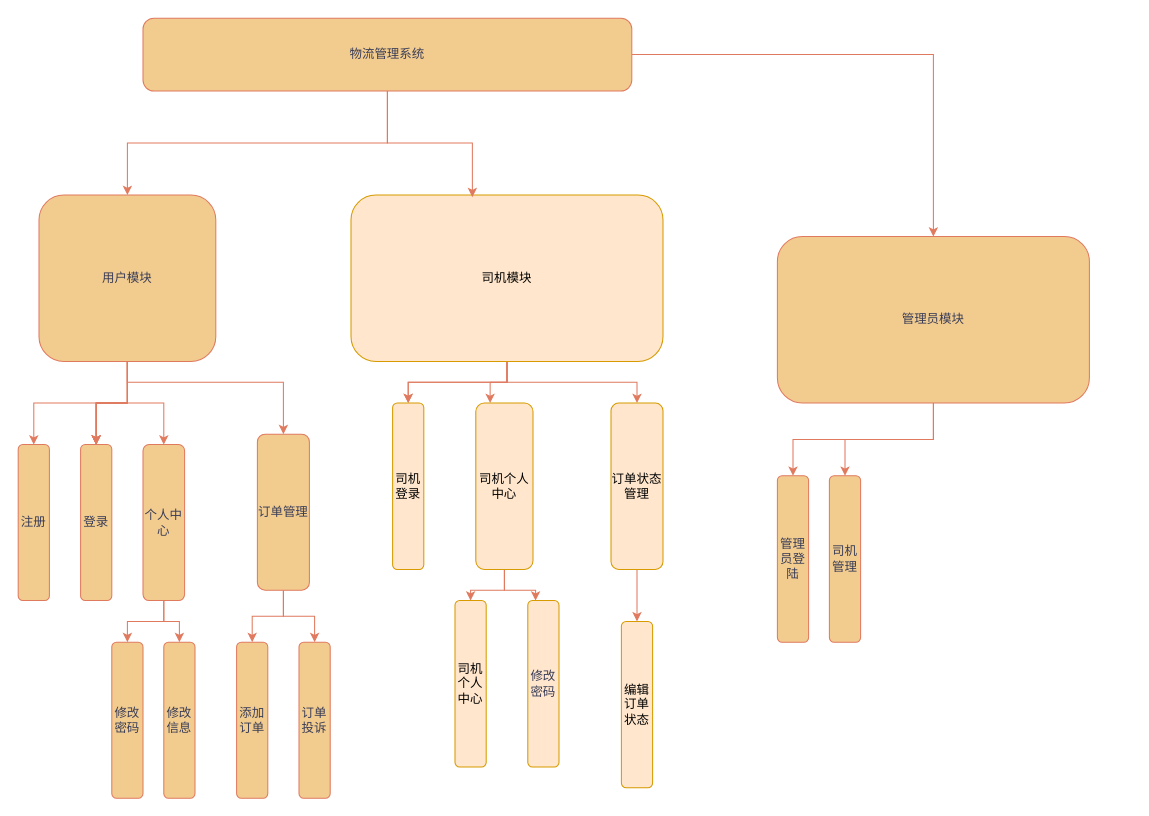
Before: 物流管理系统.drawio in asd3195399130/my-React, a draw.io diagram. Source tidied: cells renumbered, new cells numbered last; positions are measured from the earlier drawing's top-left corner, leaving out a move shared by most shapes. Both pictures are drawn from the tidied source at 104%, with x=0, y=0 at pixel (18, 18).
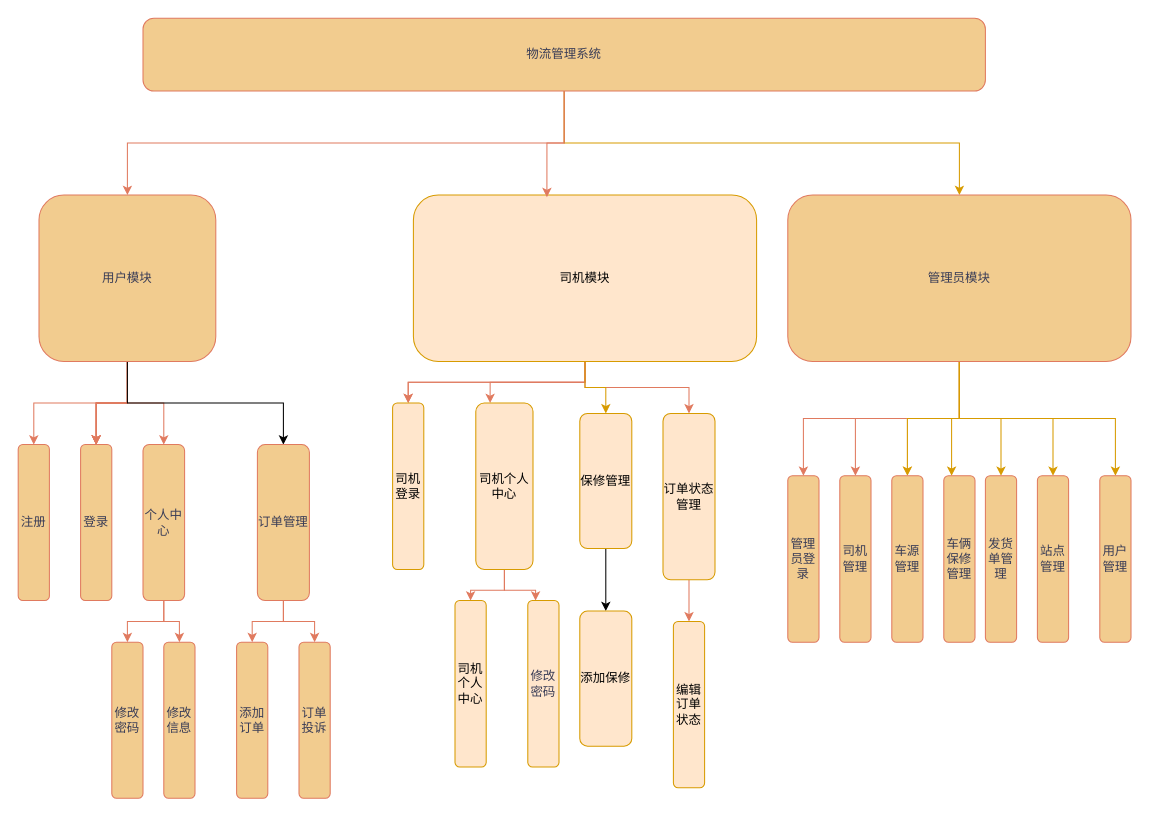
The same page after the edit.

Commit message:
更新物流管理系统.drawio

Unchanged cells that the change refers to:
```xml
<mxCell id="13" value="用户模块" style="rounded=1;whiteSpace=wrap;html=1;labelBackgroundColor=none;fillColor=#F2CC8F;strokeColor=#E07A5F;fontColor=#393C56;" parent="1" vertex="1">
  <mxGeometry x="20" y="170" width="170" height="160" as="geometry" />
</mxCell>
<mxCell id="27" value="个人中心" style="rounded=1;whiteSpace=wrap;html=1;labelBackgroundColor=none;fillColor=#F2CC8F;strokeColor=#E07A5F;fontColor=#393C56;labelPosition=center;verticalLabelPosition=middle;align=center;verticalAlign=middle;fontFamily=宋体;" parent="1" vertex="1">
  <mxGeometry x="120" y="410" width="40" height="150" as="geometry" />
</mxCell>
```

Diff of the diagram source:
```diff
@@
+    <mxCell id="3" style="edgeStyle=orthogonalEdgeStyle;rounded=0;jettySize=auto;html=1;entryX=0.5;entryY=0;entryDx=0;entryDy=0;strokeColor=#E07A5F;fontColor=#393C56;fillColor=#F2CC8F;" parent="1" edge="1" source="4" target="13">
+      <mxGeometry relative="1" as="geometry" />
+    </mxCell>
-    <mxCell id="2" style="edgeStyle=orthogonalEdgeStyle;rounded=0;jettySize=auto;html=1;strokeColor=#E07A5F;fontColor=#393C56;fillColor=#F2CC8F;" parent="1" edge="1" source="4" target="21">
+    <mxCell id="2" style="edgeStyle=orthogonalEdgeStyle;rounded=0;jettySize=auto;html=1;fillColor=#ffe6cc;strokeColor=#d79b00;" parent="1" edge="1" source="4" target="21">
       <mxGeometry relative="1" as="geometry" />
     </mxCell>
-    <mxCell id="3" style="edgeStyle=orthogonalEdgeStyle;rounded=0;jettySize=auto;html=1;entryX=0.5;entryY=0;entryDx=0;entryDy=0;strokeColor=#E07A5F;fontColor=#393C56;fillColor=#F2CC8F;" parent="1" edge="1" source="4" target="13">
-      <mxGeometry relative="1" as="geometry" />
-    </mxCell>
     <mxCell id="4" value="物流管理系统" style="rounded=1;whiteSpace=wrap;html=1;labelBackgroundColor=none;fillColor=#F2CC8F;strokeColor=#E07A5F;fontColor=#393C56;" parent="1" vertex="1">
-      <mxGeometry x="120" width="470" height="70" as="geometry" />
+      <mxGeometry x="120" width="810" height="70" as="geometry" />
     </mxCell>
@@
+    <mxCell id="12" style="edgeStyle=orthogonalEdgeStyle;rounded=0;jettySize=auto;html=1;entryX=0.5;entryY=0;entryDx=0;entryDy=0;strokeColor=#E07A5F;fontColor=#393C56;fillColor=#F2CC8F;" parent="1" edge="1" source="13" target="27">
+      <mxGeometry relative="1" as="geometry" />
+    </mxCell>
-    <mxCell id="11" style="edgeStyle=orthogonalEdgeStyle;rounded=0;jettySize=auto;html=1;strokeColor=#E07A5F;fontColor=#393C56;fillColor=#F2CC8F;" parent="1" edge="1" source="13" target="30">
+    <mxCell id="11" style="edgeStyle=orthogonalEdgeStyle;rounded=0;jettySize=auto;html=1;" parent="1" edge="1" source="13" target="30">
       <mxGeometry relative="1" as="geometry">
         <Array as="points">
-          <mxPoint x="105" y="350" />
-          <mxPoint x="255" y="350" />
+          <mxPoint x="105" y="370" />
+          <mxPoint x="255" y="370" />
         </Array>
       </mxGeometry>
     </mxCell>
-    <mxCell id="12" style="edgeStyle=orthogonalEdgeStyle;rounded=0;jettySize=auto;html=1;entryX=0.5;entryY=0;entryDx=0;entryDy=0;strokeColor=#E07A5F;fontColor=#393C56;fillColor=#F2CC8F;" parent="1" edge="1" source="13" target="27">
-      <mxGeometry relative="1" as="geometry" />
-    </mxCell>
@@
+    <mxCell id="46" style="edgeStyle=orthogonalEdgeStyle;rounded=0;jettySize=auto;html=1;entryX=0.5;entryY=0;entryDx=0;entryDy=0;fillColor=#ffe6cc;strokeColor=#d79b00;" parent="1" edge="1" source="18" target="57">
+      <mxGeometry relative="1" as="geometry" />
+    </mxCell>
     <mxCell id="18" value="司机模块" style="rounded=1;whiteSpace=wrap;html=1;labelBackgroundColor=none;fillColor=#ffe6cc;strokeColor=#d79b00;direction=east;flipV=0;flipH=0;" parent="1" vertex="1">
-      <mxGeometry x="320" y="170" width="300" height="160" as="geometry" />
+      <mxGeometry x="380" y="170" width="330" height="160" as="geometry" />
     </mxCell>
@@
+    <mxCell id="47" style="edgeStyle=orthogonalEdgeStyle;rounded=0;jettySize=auto;html=1;entryX=0.5;entryY=0;entryDx=0;entryDy=0;strokeColor=#f2cc8f;" parent="1" edge="1" source="21" target="53">
+      <mxGeometry relative="1" as="geometry" />
+    </mxCell>
+    <mxCell id="48" style="edgeStyle=orthogonalEdgeStyle;rounded=0;jettySize=auto;html=1;fillColor=#ffe6cc;strokeColor=#d79b00;" parent="1" edge="1" source="21" target="53">
+      <mxGeometry relative="1" as="geometry" />
+    </mxCell>
+    <mxCell id="49" style="edgeStyle=orthogonalEdgeStyle;rounded=0;jettySize=auto;html=1;entryX=0.25;entryY=0;entryDx=0;entryDy=0;fillColor=#ffe6cc;strokeColor=#d79b00;" parent="1" edge="1" source="21" target="54">
+      <mxGeometry relative="1" as="geometry" />
+    </mxCell>
+    <mxCell id="50" style="edgeStyle=orthogonalEdgeStyle;rounded=0;jettySize=auto;html=1;fillColor=#ffe6cc;strokeColor=#d79b00;" parent="1" edge="1" source="21" target="55">
+      <mxGeometry relative="1" as="geometry" />
+    </mxCell>
+    <mxCell id="51" style="edgeStyle=orthogonalEdgeStyle;rounded=0;jettySize=auto;html=1;entryX=0.5;entryY=0;entryDx=0;entryDy=0;fillColor=#ffe6cc;strokeColor=#d79b00;" parent="1" edge="1" source="21" target="59">
+      <mxGeometry relative="1" as="geometry" />
+    </mxCell>
+    <mxCell id="52" style="edgeStyle=orthogonalEdgeStyle;rounded=0;jettySize=auto;html=1;entryX=0.5;entryY=0;entryDx=0;entryDy=0;fillColor=#ffe6cc;strokeColor=#d79b00;" parent="1" edge="1" source="21" target="60">
+      <mxGeometry relative="1" as="geometry" />
+    </mxCell>
     <mxCell id="21" value="管理员模块" style="rounded=1;whiteSpace=wrap;html=1;labelBackgroundColor=none;fillColor=#F2CC8F;strokeColor=#E07A5F;fontColor=#393C56;" parent="1" vertex="1">
-      <mxGeometry x="730" y="210" width="300" height="160" as="geometry" />
+      <mxGeometry x="740" y="170" width="330" height="160" as="geometry" />
     </mxCell>
@@
     <mxCell id="30" value="订单管理" style="rounded=1;whiteSpace=wrap;html=1;labelBackgroundColor=none;fillColor=#F2CC8F;strokeColor=#E07A5F;fontColor=#393C56;labelPosition=center;verticalLabelPosition=middle;align=center;verticalAlign=middle;fontFamily=宋体;" parent="1" vertex="1">
-      <mxGeometry x="230" y="400" width="50" height="150" as="geometry" />
+      <mxGeometry x="230" y="410" width="50" height="150" as="geometry" />
     </mxCell>
@@
     <mxCell id="40" value="订单状态管理" style="rounded=1;whiteSpace=wrap;html=1;labelBackgroundColor=none;fillColor=#ffe6cc;strokeColor=#d79b00;direction=east;flipV=0;flipH=0;" parent="1" vertex="1">
-      <mxGeometry x="570" y="370" width="50" height="160" as="geometry" />
+      <mxGeometry x="620" y="380" width="50" height="160" as="geometry" />
     </mxCell>
     <mxCell id="41" value="编辑订单状态" style="rounded=1;whiteSpace=wrap;html=1;labelBackgroundColor=none;fillColor=#ffe6cc;strokeColor=#d79b00;direction=east;flipV=0;flipH=0;" parent="1" vertex="1">
-      <mxGeometry x="580" y="580" width="30" height="160" as="geometry" />
+      <mxGeometry x="630" y="580" width="30" height="160" as="geometry" />
     </mxCell>
@@
-    <mxCell id="44" value="管理员登陆" style="rounded=1;whiteSpace=wrap;html=1;labelBackgroundColor=none;fillColor=#F2CC8F;strokeColor=#E07A5F;fontColor=#393C56;" parent="1" vertex="1">
-      <mxGeometry x="730" y="440" width="30" height="160" as="geometry" />
+    <mxCell id="44" value="管理员登录" style="rounded=1;whiteSpace=wrap;html=1;labelBackgroundColor=none;fillColor=#F2CC8F;strokeColor=#E07A5F;fontColor=#393C56;" parent="1" vertex="1">
+      <mxGeometry x="740" y="440" width="30" height="160" as="geometry" />
     </mxCell>
     <mxCell id="45" value="司机管理" style="rounded=1;whiteSpace=wrap;html=1;labelBackgroundColor=none;fillColor=#F2CC8F;strokeColor=#E07A5F;fontColor=#393C56;" parent="1" vertex="1">
-      <mxGeometry x="780" y="440" width="30" height="160" as="geometry" />
+      <mxGeometry x="790" y="440" width="30" height="160" as="geometry" />
     </mxCell>
+    <mxCell id="53" value="车源管理" style="rounded=1;whiteSpace=wrap;html=1;labelBackgroundColor=none;fillColor=#F2CC8F;strokeColor=#E07A5F;fontColor=#393C56;" parent="1" vertex="1">
+      <mxGeometry x="840" y="440" width="30" height="160" as="geometry" />
+    </mxCell>
+    <mxCell id="54" value="车俩保修管理" style="rounded=1;whiteSpace=wrap;html=1;labelBackgroundColor=none;fillColor=#F2CC8F;strokeColor=#E07A5F;fontColor=#393C56;" parent="1" vertex="1">
+      <mxGeometry x="890" y="440" width="30" height="160" as="geometry" />
+    </mxCell>
+    <mxCell id="55" value="发货单管理" style="rounded=1;whiteSpace=wrap;html=1;labelBackgroundColor=none;fillColor=#F2CC8F;strokeColor=#E07A5F;fontColor=#393C56;" parent="1" vertex="1">
+      <mxGeometry x="930" y="440" width="30" height="160" as="geometry" />
+    </mxCell>
+    <mxCell id="56" style="edgeStyle=orthogonalEdgeStyle;rounded=0;jettySize=auto;html=1;" parent="1" edge="1" source="57" target="58">
+      <mxGeometry relative="1" as="geometry" />
+    </mxCell>
+    <mxCell id="57" value="保修管理" style="whiteSpace=wrap;html=1;fillColor=#ffe6cc;strokeColor=#d79b00;rounded=1;labelBackgroundColor=none;" parent="1" vertex="1">
+      <mxGeometry x="540" y="380" width="50" height="130" as="geometry" />
+    </mxCell>
+    <mxCell id="58" value="添加保修" style="whiteSpace=wrap;html=1;fillColor=#ffe6cc;strokeColor=#d79b00;rounded=1;labelBackgroundColor=none;" parent="1" vertex="1">
+      <mxGeometry x="540" y="570" width="50" height="130" as="geometry" />
+    </mxCell>
+    <mxCell id="59" value="站点管理" style="rounded=1;whiteSpace=wrap;html=1;labelBackgroundColor=none;fillColor=#F2CC8F;strokeColor=#E07A5F;fontColor=#393C56;" parent="1" vertex="1">
+      <mxGeometry x="980" y="440" width="30" height="160" as="geometry" />
+    </mxCell>
+    <mxCell id="60" value="用户管理" style="rounded=1;whiteSpace=wrap;html=1;labelBackgroundColor=none;fillColor=#F2CC8F;strokeColor=#E07A5F;fontColor=#393C56;" parent="1" vertex="1">
+      <mxGeometry x="1040" y="440" width="30" height="160" as="geometry" />
+    </mxCell>
```
